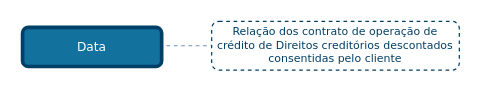
Earlier version of the draw.io diagram draw_io_diagrams/invoice_financings/TLD_InvoiceFinancings_List.v1.drawio (OpenBanking-Brasil/areadesenvolvedor). Source tidied: cells renumbered, new cells numbered last; positions are measured from the earlier drawing's top-left corner, leaving out a move shared by most shapes. Both pictures are drawn from the tidied source at 122%, with x=0, y=0 at pixel (22, 21).
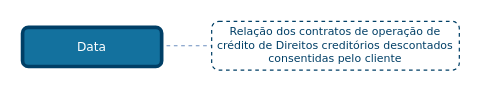
After the change.

Change to the diagram source:
```diff
@@
 <mxGraphModel>
   <root>
     <mxCell id="0" />
     <mxCell id="1" parent="0" />
     <mxCell id="2" style="edgeStyle=none;rounded=1;jettySize=auto;html=1;entryX=0;entryY=0.5;entryDx=0;entryDy=0;dashed=1;endArrow=none;endFill=0;endSize=6;strokeColor=#6C8EBF;" parent="1" edge="1" target="3">
       <mxGeometry relative="1" as="geometry">
         <mxPoint x="118" y="20" as="sourcePoint" />
       </mxGeometry>
     </mxCell>
-    <mxCell id="3" value="&lt;font style=&quot;font-size: 9px&quot;&gt;Relação dos contrato de operação de crédito de Direitos creditórios descontados consentidas pelo cliente&lt;/font&gt;" style="rounded=1;whiteSpace=wrap;html=1;shadow=0;comic=0;strokeColor=#003F66;strokeWidth=1;fillColor=#ffffff;fontFamily=Verdana;fontSize=9;fontColor=#003F66;dashed=1;spacingLeft=5;spacing=0;spacingRight=5;spacingBottom=5;spacingTop=5;align=center;verticalAlign=middle;gradientColor=#ffffff;" parent="1" vertex="1">
+    <mxCell id="3" value="&lt;font style=&quot;font-size: 9px&quot;&gt;Relação dos contratos de operação de crédito de Direitos creditórios descontados consentidas pelo cliente&lt;/font&gt;" style="rounded=1;whiteSpace=wrap;html=1;shadow=0;comic=0;strokeColor=#003F66;strokeWidth=1;fillColor=#ffffff;fontFamily=Verdana;fontSize=9;fontColor=#003F66;dashed=1;spacingLeft=5;spacing=0;spacingRight=5;spacingBottom=5;spacingTop=5;align=center;verticalAlign=middle;gradientColor=#ffffff;" parent="1" vertex="1">
       <mxGeometry x="155" width="203" height="40" as="geometry" />
     </mxCell>
     <mxCell id="4" value="Data" style="rounded=1;whiteSpace=wrap;html=1;comic=0;shadow=0;backgroundOutline=0;fixDash=0;strokeWidth=3;fontFamily=Verdana;fontStyle=0;labelBackgroundColor=none;labelBorderColor=none;fontSize=10;fillColor=#13719E;strokeColor=#003F66;fontColor=#ffffff;" parent="1" vertex="1">
       <mxGeometry y="5" width="114" height="32" as="geometry" />
     </mxCell>
   </root>
 </mxGraphModel>
```
